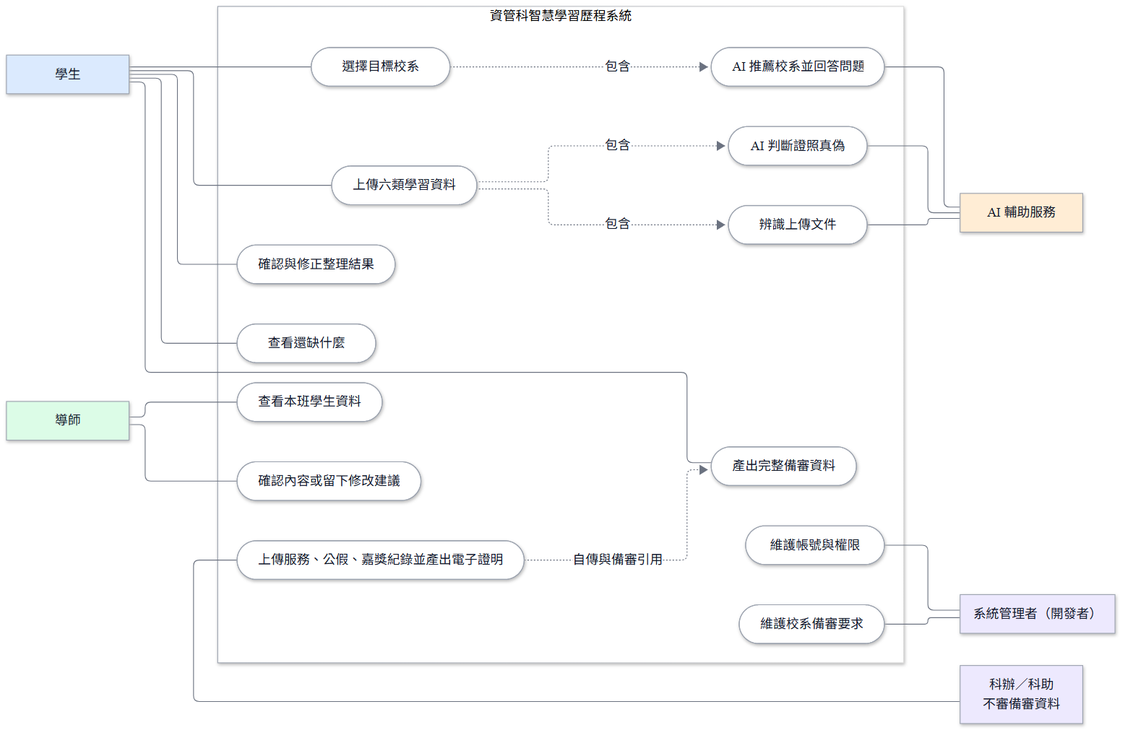
Above: docs/images/D-01-use-case-v2.png in vujhdcusa/1028 (Mermaid), before the change. Its source is kept beside it as docs/images/D-01-use-case-v2.mmd.
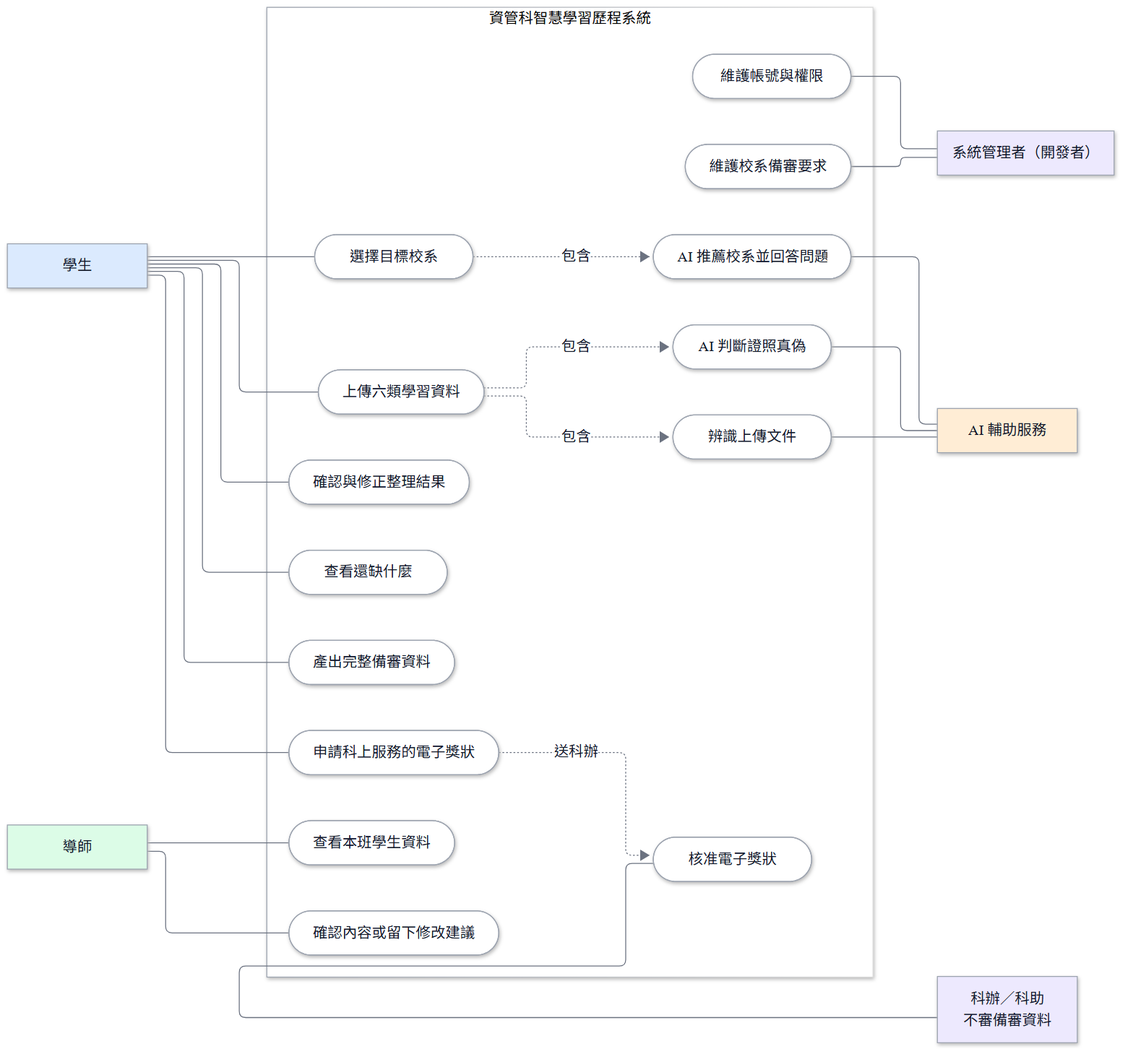
The same file after the commit.

The edit, as a diff of the source:
```diff
@@ -22,7 +22,8 @@
         UC8([辨識上傳文件]):::usecase
         UC11([AI 判斷證照真偽]):::usecase
         UC12([AI 推薦校系並回答問題]):::usecase
-        UC13([上傳服務、公假、嘉獎紀錄並產出電子證明]):::usecase
+        UC13([核准電子獎狀]):::usecase
+        UC14([申請科上服務的電子獎狀]):::usecase
         UC9([維護校系備審要求]):::usecase
         UC10([維護帳號與權限]):::usecase
     end
@@ -36,9 +37,10 @@
     Student --- UC3
     Student --- UC4
     Student --- UC5
+    Student --- UC14
+    UC14 -. 送科辦 .-> UC13
     UC1 -. 包含 .-> UC12
     UC2 -. 包含 .-> UC11
-    UC13 -. 自傳與備審引用 .-> UC5
     Teacher --- UC6
     Teacher --- UC7
     UC2 -. 包含 .-> UC8
```
